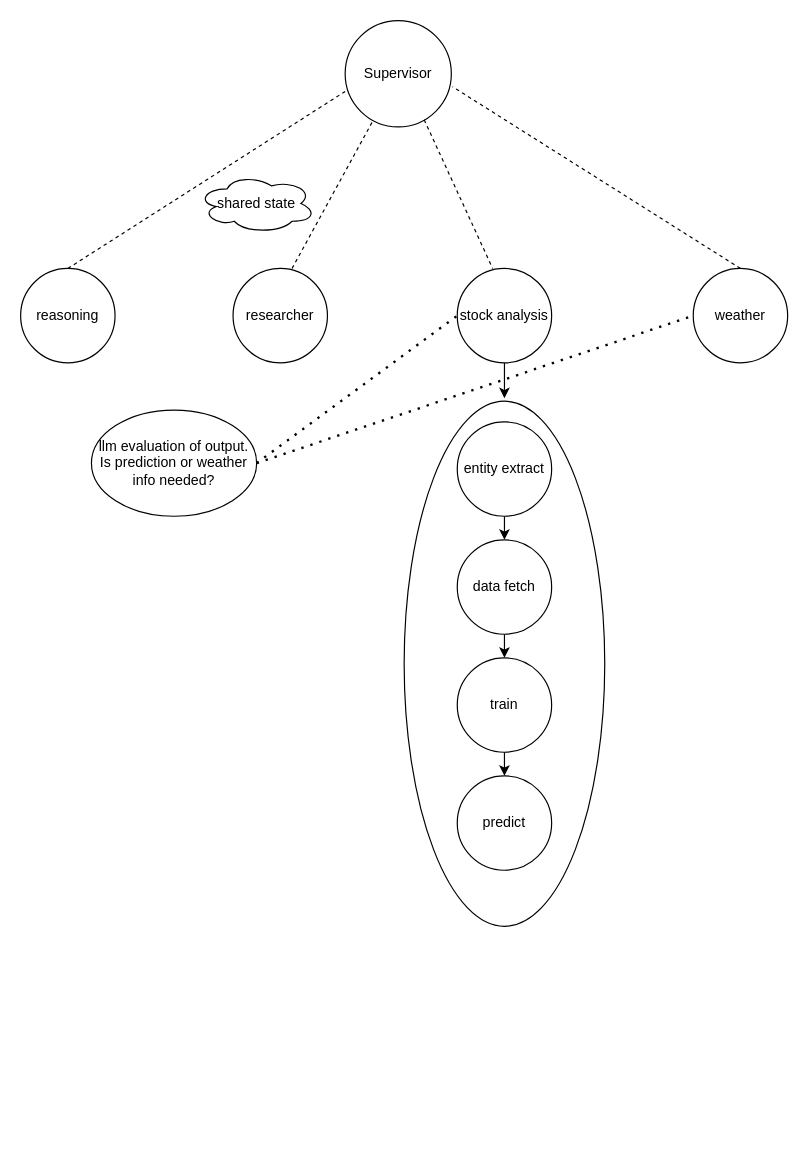
Before: Untitled Diagram.drawio in gaguadcode/stock_prediction, a draw.io diagram. Source tidied: cells renumbered, new cells numbered last; positions are measured from the earlier drawing's top-left corner, leaving out a move shared by most shapes. Both pictures are drawn from the tidied source at 118%, with x=0, y=0 at pixel (20, 20).
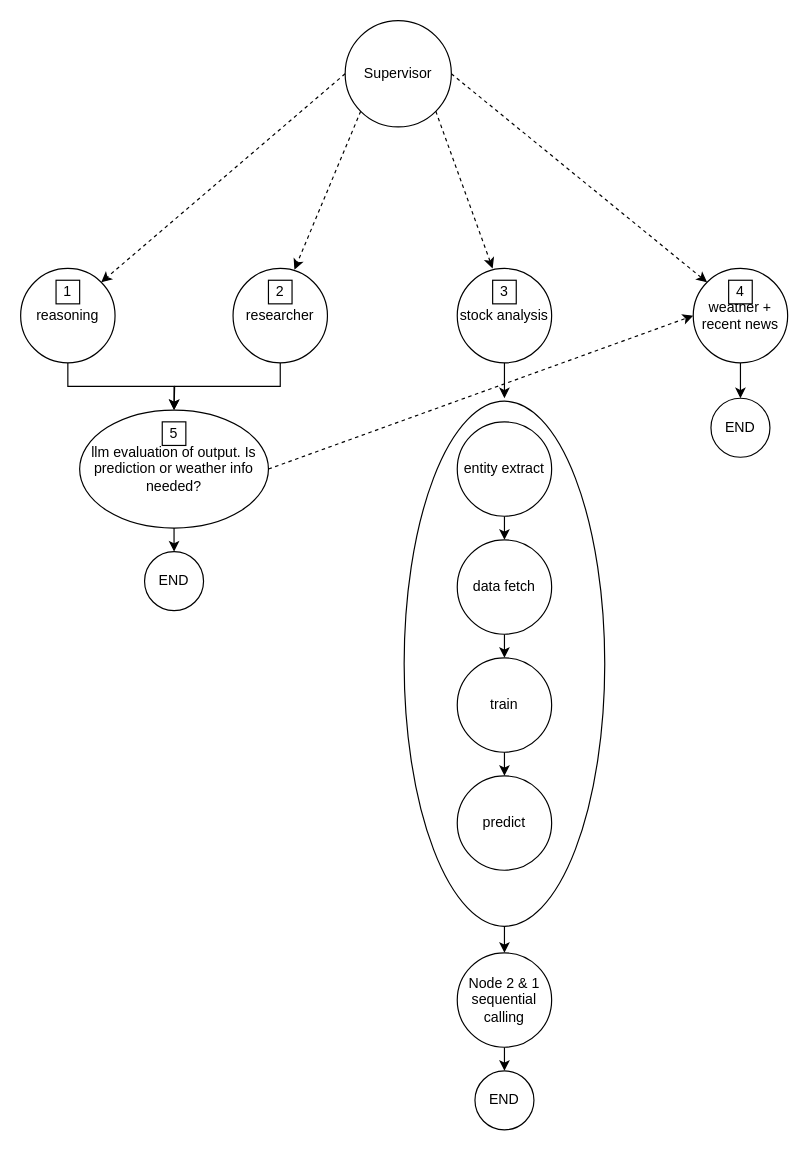
The same page after the edit.

The change refers to these unchanged cells:
```xml
<mxCell id="2" value="Supervisor" style="ellipse;whiteSpace=wrap;html=1;" parent="1" vertex="1">
  <mxGeometry x="275" width="90" height="90" as="geometry" />
</mxCell>
<mxCell id="3" value="reasoning" style="ellipse;whiteSpace=wrap;html=1;" parent="1" vertex="1">
  <mxGeometry y="210" width="80" height="80" as="geometry" />
</mxCell>
<mxCell id="4" value="researcher" style="ellipse;whiteSpace=wrap;html=1;" parent="1" vertex="1">
  <mxGeometry x="180" y="210" width="80" height="80" as="geometry" />
</mxCell>
<mxCell id="6" value="stock analysis" style="ellipse;whiteSpace=wrap;html=1;" parent="1" vertex="1">
  <mxGeometry x="370" y="210" width="80" height="80" as="geometry" />
</mxCell>
<mxCell id="8" style="ellipse;whiteSpace=wrap;html=1;rotation=90;" parent="1" vertex="1">
  <mxGeometry x="187.5" y="460" width="445" height="170" as="geometry" />
</mxCell>
```

What changed in the source:
```diff
@@
+    <mxCell id="24" style="edgeStyle=orthogonalEdgeStyle;rounded=0;jettySize=auto;html=1;exitX=0.5;exitY=1;exitDx=0;exitDy=0;entryX=0.5;entryY=0;entryDx=0;entryDy=0;" parent="1" edge="1" source="3" target="19">
+      <mxGeometry relative="1" as="geometry" />
+    </mxCell>
@@
+    <mxCell id="25" style="edgeStyle=orthogonalEdgeStyle;rounded=0;jettySize=auto;html=1;exitX=0.5;exitY=1;exitDx=0;exitDy=0;" parent="1" edge="1" source="4">
+      <mxGeometry relative="1" as="geometry">
+        <mxPoint x="130" y="330" as="targetPoint" />
+      </mxGeometry>
+    </mxCell>
@@
+    <mxCell id="26" style="edgeStyle=orthogonalEdgeStyle;rounded=0;jettySize=auto;html=1;exitX=0.5;exitY=1;exitDx=0;exitDy=0;entryX=0.5;entryY=0;entryDx=0;entryDy=0;" parent="1" edge="1" source="7" target="41">
+      <mxGeometry relative="1" as="geometry" />
+    </mxCell>
-    <mxCell id="7" value="weather" style="ellipse;whiteSpace=wrap;html=1;" parent="1" vertex="1">
+    <mxCell id="7" value="weather + recent news" style="ellipse;whiteSpace=wrap;html=1;" parent="1" vertex="1">
       <mxGeometry x="570" y="210" width="80" height="80" as="geometry" />
     </mxCell>
+    <mxCell id="27" style="edgeStyle=orthogonalEdgeStyle;rounded=0;jettySize=auto;html=1;exitX=1;exitY=0.5;exitDx=0;exitDy=0;" parent="1" edge="1" source="8">
+      <mxGeometry relative="1" as="geometry">
+        <mxPoint x="410" y="790" as="targetPoint" />
+        <Array as="points">
+          <mxPoint x="410" y="780" />
+          <mxPoint x="410" y="780" />
+        </Array>
+      </mxGeometry>
+    </mxCell>
@@
-    <mxCell id="15" style="endArrow=none;dashed=1;html=1;rounded=0;exitX=0.5;exitY=0;exitDx=0;exitDy=0;" parent="1" edge="1" source="3">
-      <mxGeometry relative="1" as="geometry">
-        <mxPoint x="275" y="60" as="targetPoint" />
-      </mxGeometry>
-    </mxCell>
-    <mxCell id="16" style="endArrow=none;dashed=1;html=1;rounded=0;entryX=0.267;entryY=0.933;entryDx=0;entryDy=0;entryPerimeter=0;" parent="1" edge="1" target="2">
-      <mxGeometry relative="1" as="geometry">
-        <mxPoint x="230" y="210" as="sourcePoint" />
-      </mxGeometry>
-    </mxCell>
-    <mxCell id="17" style="endArrow=none;dashed=1;html=1;rounded=0;exitX=0.744;exitY=0.933;exitDx=0;exitDy=0;exitPerimeter=0;entryX=0.375;entryY=0;entryDx=0;entryDy=0;entryPerimeter=0;" parent="1" edge="1" source="2" target="6">
-      <mxGeometry relative="1" as="geometry" />
-    </mxCell>
-    <mxCell id="18" style="endArrow=none;dashed=1;html=1;rounded=0;exitX=0.5;exitY=0;exitDx=0;exitDy=0;entryX=1.011;entryY=0.622;entryDx=0;entryDy=0;entryPerimeter=0;" parent="1" edge="1" source="7" target="2">
-      <mxGeometry relative="1" as="geometry" />
-    </mxCell>
+    <mxCell id="28" style="edgeStyle=orthogonalEdgeStyle;rounded=0;jettySize=auto;html=1;exitX=0.5;exitY=1;exitDx=0;exitDy=0;" parent="1" edge="1" source="19">
+      <mxGeometry relative="1" as="geometry">
+        <mxPoint x="130" y="450" as="targetPoint" />
+      </mxGeometry>
+    </mxCell>
     <mxCell id="19" value="llm evaluation of output. Is prediction or weather info needed?" style="ellipse;whiteSpace=wrap;html=1;" parent="1" vertex="1">
-      <mxGeometry x="60" y="330" width="140" height="90" as="geometry" />
+      <mxGeometry x="50" y="330" width="160" height="100" as="geometry" />
     </mxCell>
@@
-    <mxCell id="21" value="shared state" style="ellipse;shape=cloud;whiteSpace=wrap;html=1;" parent="1" vertex="1">
-      <mxGeometry x="150" y="130" width="100" height="50" as="geometry" />
-    </mxCell>
-    <mxCell id="22" style="endArrow=none;dashed=1;html=1;dashPattern=1 3;strokeWidth=2;rounded=0;exitX=1;exitY=0.5;exitDx=0;exitDy=0;entryX=0;entryY=0.5;entryDx=0;entryDy=0;" parent="1" edge="1" source="19" target="6">
-      <mxGeometry relative="1" as="geometry" />
-    </mxCell>
+    <mxCell id="29" style="endArrow=classic;html=1;rounded=0;exitX=1;exitY=0.5;exitDx=0;exitDy=0;entryX=0;entryY=0;entryDx=0;entryDy=0;dashed=1;" parent="1" edge="1" source="2" target="7">
+      <mxGeometry relative="1" as="geometry" />
+    </mxCell>
+    <mxCell id="30" style="endArrow=classic;html=1;rounded=0;exitX=0;exitY=0.5;exitDx=0;exitDy=0;entryX=1;entryY=0;entryDx=0;entryDy=0;dashed=1;" parent="1" edge="1" source="2" target="3">
+      <mxGeometry relative="1" as="geometry" />
+    </mxCell>
+    <mxCell id="31" style="endArrow=classic;html=1;rounded=0;exitX=0;exitY=1;exitDx=0;exitDy=0;entryX=0.65;entryY=0.013;entryDx=0;entryDy=0;entryPerimeter=0;dashed=1;" parent="1" edge="1" source="2" target="4">
+      <mxGeometry relative="1" as="geometry" />
+    </mxCell>
+    <mxCell id="17" style="endArrow=classic;html=1;rounded=0;exitX=1;exitY=1;exitDx=0;exitDy=0;entryX=0.375;entryY=0;entryDx=0;entryDy=0;entryPerimeter=0;dashed=1;" parent="1" edge="1" source="2" target="6">
+      <mxGeometry relative="1" as="geometry" />
+    </mxCell>
+    <mxCell id="32" value="1" style="whiteSpace=wrap;html=1;" parent="1" vertex="1">
+      <mxGeometry x="30" y="220" width="20" height="20" as="geometry" />
+    </mxCell>
+    <mxCell id="33" value="2" style="whiteSpace=wrap;html=1;" parent="1" vertex="1">
+      <mxGeometry x="210" y="220" width="20" height="20" as="geometry" />
+    </mxCell>
+    <mxCell id="34" value="3" style="whiteSpace=wrap;html=1;" parent="1" vertex="1">
+      <mxGeometry x="400" y="220" width="20" height="20" as="geometry" />
+    </mxCell>
+    <mxCell id="35" value="4" style="whiteSpace=wrap;html=1;" parent="1" vertex="1">
+      <mxGeometry x="600" y="220" width="20" height="20" as="geometry" />
+    </mxCell>
+    <mxCell id="36" style="edgeStyle=orthogonalEdgeStyle;rounded=0;jettySize=auto;html=1;exitX=0.5;exitY=1;exitDx=0;exitDy=0;entryX=0.5;entryY=0;entryDx=0;entryDy=0;" parent="1" edge="1" source="37" target="38">
+      <mxGeometry relative="1" as="geometry" />
+    </mxCell>
+    <mxCell id="37" value="Node 2 &amp;amp; 1 sequential calling" style="ellipse;whiteSpace=wrap;html=1;" parent="1" vertex="1">
+      <mxGeometry x="370" y="790" width="80" height="80" as="geometry" />
+    </mxCell>
+    <mxCell id="38" value="END" style="ellipse;whiteSpace=wrap;html=1;" parent="1" vertex="1">
+      <mxGeometry x="385" y="890" width="50" height="50" as="geometry" />
+    </mxCell>
+    <mxCell id="39" value="5" style="whiteSpace=wrap;html=1;" parent="1" vertex="1">
+      <mxGeometry x="120" y="340" width="20" height="20" as="geometry" />
+    </mxCell>
-    <mxCell id="23" style="endArrow=none;dashed=1;html=1;dashPattern=1 3;strokeWidth=2;rounded=0;exitX=1;exitY=0.5;exitDx=0;exitDy=0;entryX=0;entryY=0.5;entryDx=0;entryDy=0;" parent="1" edge="1" source="19" target="7">
+    <mxCell id="23" style="endArrow=classic;html=1;rounded=0;exitX=1;exitY=0.5;exitDx=0;exitDy=0;entryX=0;entryY=0.5;entryDx=0;entryDy=0;dashed=1;" parent="1" edge="1" source="19" target="7">
       <mxGeometry relative="1" as="geometry" />
     </mxCell>
+    <mxCell id="40" value="END" style="ellipse;whiteSpace=wrap;html=1;" parent="1" vertex="1">
+      <mxGeometry x="105" y="450" width="50" height="50" as="geometry" />
+    </mxCell>
+    <mxCell id="41" value="END" style="ellipse;whiteSpace=wrap;html=1;" parent="1" vertex="1">
+      <mxGeometry x="585" y="320" width="50" height="50" as="geometry" />
+    </mxCell>
```
